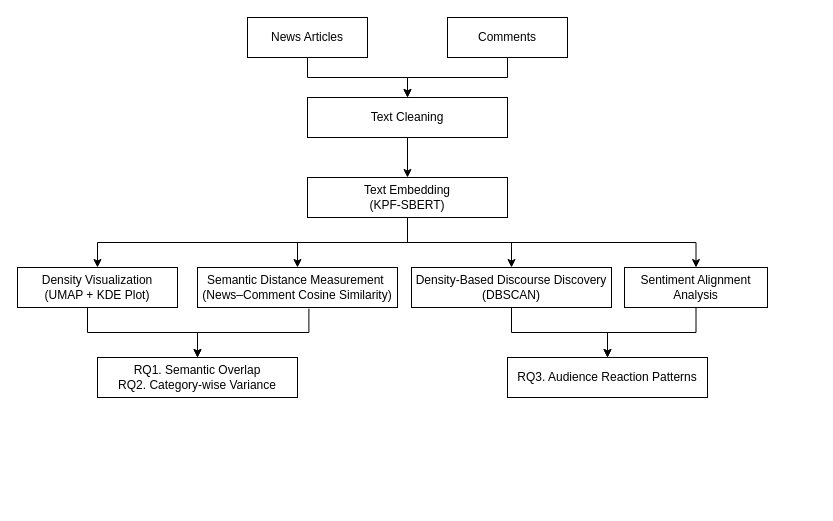
Before: 제목 없는 다이어그램.drawio in kjh8331267/Paper_Review, a draw.io diagram. Source tidied: cells renumbered, new cells numbered last; positions are measured from the earlier drawing's top-left corner, leaving out a move shared by most shapes. Both pictures are drawn from the tidied source at 100%, with x=0, y=0 at pixel (17, 17).
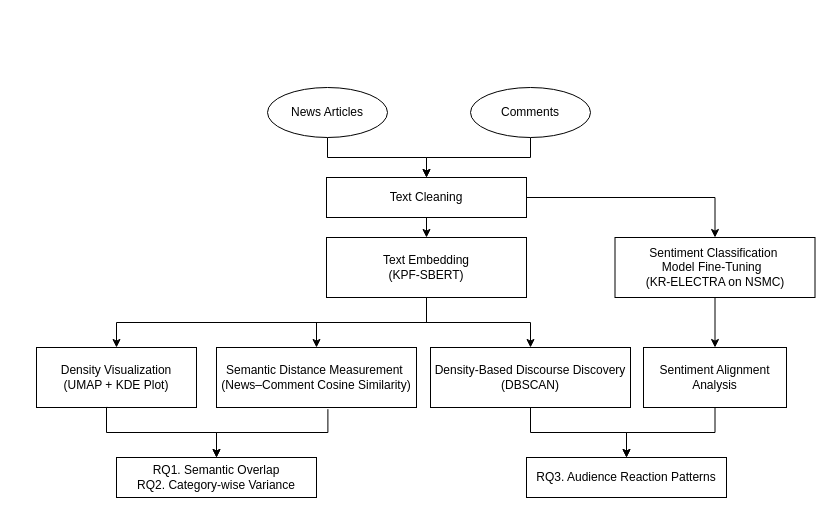
Above is the later version.

Commit message:
제목 없는 다이어그램.drawio 업데이트

The edit, as a diff of the source:
```diff
@@
-    <mxCell id="3" value="News Articles" style="rounded=0;whiteSpace=wrap;html=1;" parent="1" vertex="1">
-      <mxGeometry x="230" width="120" height="40" as="geometry" />
-    </mxCell>
@@
-    <mxCell id="5" value="Comments" style="rounded=0;whiteSpace=wrap;html=1;" parent="1" vertex="1">
-      <mxGeometry x="430" width="120" height="40" as="geometry" />
-    </mxCell>
-    <mxCell id="6" style="edgeStyle=orthogonalEdgeStyle;rounded=0;jettySize=auto;html=1;exitX=0.5;exitY=1;exitDx=0;exitDy=0;entryX=0.5;entryY=0;entryDx=0;entryDy=0;" parent="1" edge="1" source="7" target="9">
+    <mxCell id="6" style="edgeStyle=orthogonalEdgeStyle;rounded=0;jettySize=auto;html=1;exitX=0.5;exitY=1;exitDx=0;exitDy=0;entryX=0.5;entryY=0;entryDx=0;entryDy=0;" parent="1" edge="1" source="23" target="9">
       <mxGeometry relative="1" as="geometry" />
     </mxCell>
     <mxCell id="7" value="Text Embedding&lt;div&gt;(&lt;span style=&quot;background-color: transparent; color: light-dark(rgb(0, 0, 0), rgb(255, 255, 255));&quot;&gt;KPF-SBERT)&lt;/span&gt;&lt;/div&gt;" style="rounded=0;whiteSpace=wrap;html=1;" parent="1" vertex="1">
-      <mxGeometry x="290" y="160" width="200" height="40" as="geometry" />
+      <mxGeometry x="309" y="220" width="200" height="60" as="geometry" />
     </mxCell>
@@
     <mxCell id="9" value="Sentiment Alignment Analysis" style="rounded=0;whiteSpace=wrap;html=1;" parent="1" vertex="1">
-      <mxGeometry x="607" y="250" width="143" height="40" as="geometry" />
+      <mxGeometry x="626" y="330" width="143" height="60" as="geometry" />
     </mxCell>
@@
     <mxCell id="12" value="&lt;p&gt;Density Visualization&lt;br&gt;(UMAP + KDE Plot)&lt;/p&gt;" style="rounded=0;whiteSpace=wrap;html=1;" parent="1" vertex="1">
-      <mxGeometry y="250" width="160" height="40" as="geometry" />
+      <mxGeometry x="19" y="330" width="160" height="60" as="geometry" />
     </mxCell>
     <mxCell id="13" value="&lt;p&gt;RQ1. Semantic Overlap&lt;br&gt;RQ2.&amp;nbsp;Category-wise Variance&lt;/p&gt;" style="rounded=0;whiteSpace=wrap;html=1;" parent="1" vertex="1">
-      <mxGeometry x="80" y="340" width="200" height="40" as="geometry" />
+      <mxGeometry x="99" y="440" width="200" height="40" as="geometry" />
     </mxCell>
@@
     <mxCell id="15" value="Text Cleaning" style="rounded=0;whiteSpace=wrap;html=1;" parent="1" vertex="1">
-      <mxGeometry x="290" y="80" width="200" height="40" as="geometry" />
+      <mxGeometry x="309" y="160" width="200" height="40" as="geometry" />
     </mxCell>
     <mxCell id="16" value="&lt;p&gt;RQ3. Audience Reaction Patterns&lt;/p&gt;" style="rounded=0;whiteSpace=wrap;html=1;" parent="1" vertex="1">
-      <mxGeometry x="490" y="340" width="200" height="40" as="geometry" />
+      <mxGeometry x="509" y="440" width="200" height="40" as="geometry" />
     </mxCell>
     <mxCell id="17" style="edgeStyle=orthogonalEdgeStyle;rounded=0;jettySize=auto;html=1;entryX=0.5;entryY=0;entryDx=0;entryDy=0;exitX=0.445;exitY=0.999;exitDx=0;exitDy=0;exitPerimeter=0;" parent="1" edge="1" source="12" target="13">
       <mxGeometry relative="1" as="geometry">
         <Array as="points">
-          <mxPoint x="70" y="315" />
-          <mxPoint x="180" y="315" />
+          <mxPoint x="89" y="415" />
+          <mxPoint x="199" y="415" />
         </Array>
       </mxGeometry>
     </mxCell>
     <mxCell id="18" value="&lt;p&gt;Density-Based Discourse Discovery&lt;br&gt;(DBSCAN)&lt;/p&gt;" style="rounded=0;whiteSpace=wrap;html=1;" parent="1" vertex="1">
-      <mxGeometry x="394" y="250" width="200" height="40" as="geometry" />
+      <mxGeometry x="413" y="330" width="200" height="60" as="geometry" />
     </mxCell>
@@
     <mxCell id="20" value="&lt;p&gt;Semantic Distance Measurement&amp;nbsp;&lt;br&gt;&lt;span style=&quot;background-color: transparent; color: light-dark(rgb(0, 0, 0), rgb(255, 255, 255));&quot;&gt;(News–Comment Cosine Similarity)&lt;/span&gt;&lt;/p&gt;" style="rounded=0;whiteSpace=wrap;html=1;" parent="1" vertex="1">
-      <mxGeometry x="180" y="250" width="200" height="40" as="geometry" />
+      <mxGeometry x="199" y="330" width="200" height="60" as="geometry" />
     </mxCell>
     <mxCell id="21" style="edgeStyle=orthogonalEdgeStyle;rounded=0;jettySize=auto;html=1;entryX=0.5;entryY=0;entryDx=0;entryDy=0;exitX=0.557;exitY=1.028;exitDx=0;exitDy=0;exitPerimeter=0;" parent="1" edge="1" source="20" target="13">
       <mxGeometry relative="1" as="geometry">
         <Array as="points">
-          <mxPoint x="291" y="315" />
-          <mxPoint x="180" y="315" />
+          <mxPoint x="310" y="415" />
+          <mxPoint x="199" y="415" />
         </Array>
       </mxGeometry>
     </mxCell>
@@
+    <mxCell id="23" value="&lt;div&gt;Sentiment Classification&amp;nbsp;&lt;/div&gt;&lt;div&gt;Model&amp;nbsp;&lt;span style=&quot;background-color: transparent; color: light-dark(rgb(0, 0, 0), rgb(255, 255, 255));&quot;&gt;Fine-Tuning&amp;nbsp;&amp;nbsp;&lt;/span&gt;&lt;/div&gt;&lt;div&gt;(KR-ELECTRA on NSMC)&lt;/div&gt;" style="rounded=0;whiteSpace=wrap;html=1;" parent="1" vertex="1">
+      <mxGeometry x="597.5" y="220" width="200" height="60" as="geometry" />
+    </mxCell>
+    <mxCell id="24" style="edgeStyle=orthogonalEdgeStyle;rounded=0;jettySize=auto;html=1;exitX=1;exitY=0.5;exitDx=0;exitDy=0;entryX=0.5;entryY=0;entryDx=0;entryDy=0;" parent="1" edge="1" source="15" target="23">
+      <mxGeometry relative="1" as="geometry" />
+    </mxCell>
+    <mxCell id="5" value="Comments" style="ellipse;whiteSpace=wrap;html=1;" parent="1" vertex="1">
+      <mxGeometry x="453" y="70" width="120" height="50" as="geometry" />
+    </mxCell>
+    <mxCell id="3" value="News Articles" style="ellipse;whiteSpace=wrap;html=1;" parent="1" vertex="1">
+      <mxGeometry x="250" y="70" width="120" height="50" as="geometry" />
+    </mxCell>
```
